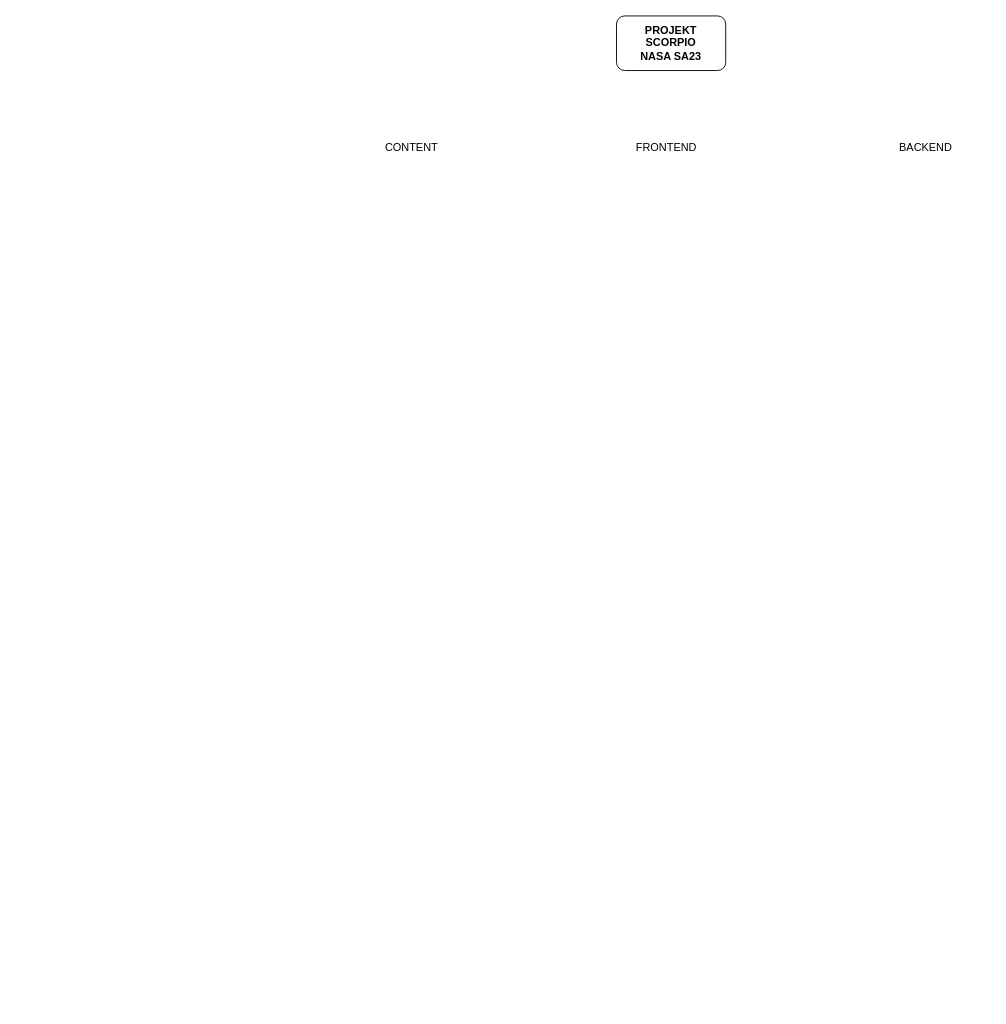
Before: NSA23.drawio in michal107/NasaSpaceAps23, a draw.io diagram. Source tidied: cells renumbered, new cells numbered last; positions are measured from the earlier drawing's top-left corner, leaving out a move shared by most shapes. Both pictures are drawn from the tidied source at 91%, with x=0, y=0 at pixel (384, 15).
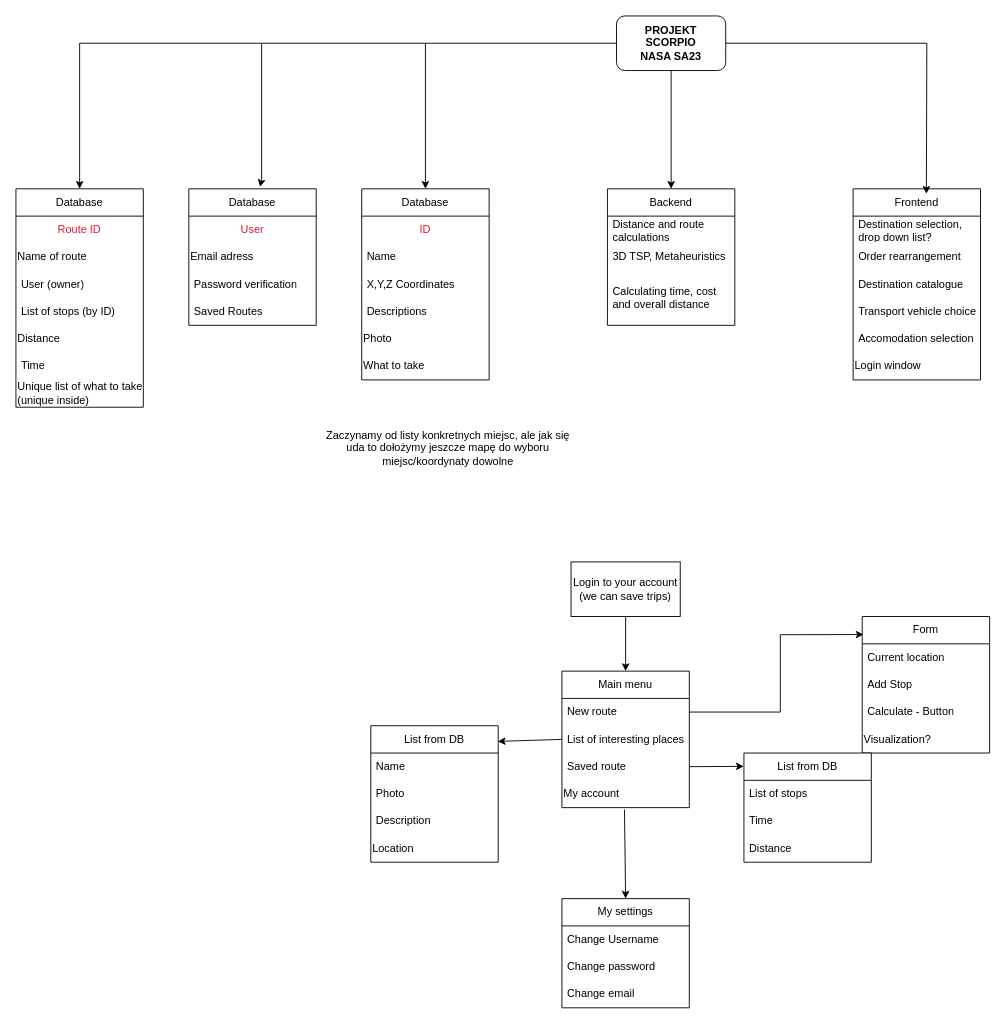
The same page after the edit.

Unchanged cells that the change refers to:
```xml
<mxCell id="2" value="PROJEKT&lt;br&gt;SCORPIO&lt;br&gt;NASA SA23" style="rounded=1;whiteSpace=wrap;html=1;fontStyle=1;" parent="1" vertex="1">
  <mxGeometry x="255" width="120" height="60" as="geometry" />
</mxCell>
```

Change to the diagram source:
```diff
@@
-    <mxCell id="3" value="FRONTEND" style="text;html=1;strokeColor=none;fillColor=none;align=center;verticalAlign=middle;whiteSpace=wrap;rounded=0;" parent="1" vertex="1">
-      <mxGeometry x="280" y="130" width="60" height="30" as="geometry" />
-    </mxCell>
-    <mxCell id="4" value="BACKEND" style="text;html=1;strokeColor=none;fillColor=none;align=center;verticalAlign=middle;whiteSpace=wrap;rounded=0;" parent="1" vertex="1">
-      <mxGeometry x="565" y="130" width="60" height="30" as="geometry" />
-    </mxCell>
-    <mxCell id="5" value="CONTENT" style="text;html=1;strokeColor=none;fillColor=none;align=center;verticalAlign=middle;whiteSpace=wrap;rounded=0;" parent="1" vertex="1">
-      <mxGeometry y="130" width="60" height="30" as="geometry" />
-    </mxCell>
+    <mxCell id="6" value="Database" style="swimlane;fontStyle=0;horizontal=1;startSize=30;whiteSpace=wrap;html=1;" parent="1" vertex="1">
+      <mxGeometry x="-25" y="190" width="140" height="210" as="geometry" />
+    </mxCell>
+    <mxCell id="7" value="&lt;font color=&quot;#e31937&quot;&gt;ID&lt;/font&gt;" style="text;html=1;strokeColor=none;fillColor=none;align=center;verticalAlign=middle;whiteSpace=wrap;rounded=0;" parent="6" vertex="1">
+      <mxGeometry y="30" width="140" height="30" as="geometry" />
+    </mxCell>
+    <mxCell id="8" value="Name" style="text;strokeColor=none;fillColor=none;align=left;verticalAlign=middle;spacingLeft=4;spacingRight=4;overflow=hidden;whiteSpace=wrap;html=1;" parent="6" vertex="1">
+      <mxGeometry y="60" width="140" height="30" as="geometry" />
+    </mxCell>
+    <mxCell id="9" value="&lt;div&gt;X,Y,Z Coordinates&lt;/div&gt;" style="text;strokeColor=none;fillColor=none;align=left;verticalAlign=middle;spacingLeft=4;spacingRight=4;overflow=hidden;whiteSpace=wrap;html=1;" parent="6" vertex="1">
+      <mxGeometry y="90" width="140" height="30" as="geometry" />
+    </mxCell>
+    <mxCell id="10" value="Descriptions" style="text;strokeColor=none;fillColor=none;align=left;verticalAlign=middle;spacingLeft=4;spacingRight=4;overflow=hidden;whiteSpace=wrap;html=1;" parent="6" vertex="1">
+      <mxGeometry y="120" width="140" height="30" as="geometry" />
+    </mxCell>
+    <mxCell id="11" value="Photo" style="text;html=1;strokeColor=none;fillColor=none;align=left;verticalAlign=middle;whiteSpace=wrap;rounded=0;" parent="6" vertex="1">
+      <mxGeometry y="150" width="140" height="30" as="geometry" />
+    </mxCell>
+    <mxCell id="12" value="What to take" style="text;html=1;strokeColor=none;fillColor=none;align=left;verticalAlign=middle;whiteSpace=wrap;rounded=0;" parent="6" vertex="1">
+      <mxGeometry y="180" width="140" height="30" as="geometry" />
+    </mxCell>
+    <mxCell id="13" value="Backend" style="swimlane;fontStyle=0;horizontal=1;startSize=30;whiteSpace=wrap;html=1;" parent="1" vertex="1">
+      <mxGeometry x="245" y="190" width="140" height="150" as="geometry" />
+    </mxCell>
+    <mxCell id="14" value="&lt;div&gt;Distance and route calculations&lt;/div&gt;" style="text;strokeColor=none;fillColor=none;align=left;verticalAlign=middle;spacingLeft=4;spacingRight=4;overflow=hidden;whiteSpace=wrap;html=1;" parent="13" vertex="1">
+      <mxGeometry y="30" width="140" height="30" as="geometry" />
+    </mxCell>
+    <mxCell id="15" value="3D TSP, Metaheuristics" style="text;strokeColor=none;fillColor=none;align=left;verticalAlign=middle;spacingLeft=4;spacingRight=4;overflow=hidden;whiteSpace=wrap;html=1;" parent="13" vertex="1">
+      <mxGeometry y="60" width="140" height="30" as="geometry" />
+    </mxCell>
+    <mxCell id="16" value="Calculating time, cost and overall distance" style="text;strokeColor=none;fillColor=none;align=left;verticalAlign=middle;spacingLeft=4;spacingRight=4;overflow=hidden;whiteSpace=wrap;html=1;" parent="13" vertex="1">
+      <mxGeometry y="90" width="140" height="60" as="geometry" />
+    </mxCell>
+    <mxCell id="17" value="Frontend" style="swimlane;fontStyle=0;horizontal=1;startSize=30;whiteSpace=wrap;html=1;" parent="1" vertex="1">
+      <mxGeometry x="515" y="190" width="140" height="210" as="geometry" />
+    </mxCell>
+    <mxCell id="18" value="Destination selection, drop down list?" style="text;strokeColor=none;fillColor=none;align=left;verticalAlign=middle;spacingLeft=4;spacingRight=4;overflow=hidden;whiteSpace=wrap;html=1;" parent="17" vertex="1">
+      <mxGeometry y="30" width="140" height="30" as="geometry" />
+    </mxCell>
+    <mxCell id="19" value="Order rearrangement" style="text;strokeColor=none;fillColor=none;align=left;verticalAlign=middle;spacingLeft=4;spacingRight=4;overflow=hidden;whiteSpace=wrap;html=1;" parent="17" vertex="1">
+      <mxGeometry y="60" width="140" height="30" as="geometry" />
+    </mxCell>
+    <mxCell id="20" value="Destination catalogue" style="text;strokeColor=none;fillColor=none;align=left;verticalAlign=middle;spacingLeft=4;spacingRight=4;overflow=hidden;whiteSpace=wrap;html=1;" parent="17" vertex="1">
+      <mxGeometry y="90" width="140" height="30" as="geometry" />
+    </mxCell>
+    <mxCell id="21" value="&lt;div&gt;Transport vehicle choice&lt;/div&gt;" style="text;strokeColor=none;fillColor=none;align=left;verticalAlign=middle;spacingLeft=4;spacingRight=4;overflow=hidden;whiteSpace=wrap;html=1;" parent="17" vertex="1">
+      <mxGeometry y="120" width="140" height="30" as="geometry" />
+    </mxCell>
+    <mxCell id="22" value="Accomodation selection" style="text;strokeColor=none;fillColor=none;align=left;verticalAlign=middle;spacingLeft=4;spacingRight=4;overflow=hidden;whiteSpace=wrap;html=1;" parent="17" vertex="1">
+      <mxGeometry y="150" width="140" height="30" as="geometry" />
+    </mxCell>
+    <mxCell id="23" value="Login window" style="text;html=1;strokeColor=none;fillColor=none;align=left;verticalAlign=middle;whiteSpace=wrap;rounded=0;" parent="17" vertex="1">
+      <mxGeometry y="180" width="140" height="30" as="geometry" />
+    </mxCell>
+    <mxCell id="24" style="endArrow=classic;html=1;rounded=0;exitX=0.5;exitY=1;exitDx=0;exitDy=0;" parent="1" edge="1" source="2">
+      <mxGeometry relative="1" as="geometry">
+        <mxPoint x="315" y="190" as="targetPoint" />
+      </mxGeometry>
+    </mxCell>
+    <mxCell id="25" style="endArrow=classic;html=1;rounded=0;exitX=0;exitY=0.5;exitDx=0;exitDy=0;entryX=0.5;entryY=0;entryDx=0;entryDy=0;" parent="1" edge="1" source="2" target="6">
+      <mxGeometry relative="1" as="geometry">
+        <Array as="points">
+          <mxPoint x="45" y="30" />
+        </Array>
+      </mxGeometry>
+    </mxCell>
+    <mxCell id="26" style="endArrow=classic;html=1;rounded=0;exitX=1;exitY=0.5;exitDx=0;exitDy=0;entryX=0.575;entryY=0.026;entryDx=0;entryDy=0;entryPerimeter=0;" parent="1" edge="1" source="2" target="17">
+      <mxGeometry relative="1" as="geometry">
+        <Array as="points">
+          <mxPoint x="596" y="30" />
+        </Array>
+      </mxGeometry>
+    </mxCell>
+    <mxCell id="27" value="Zaczynamy od listy konkretnych miejsc, ale jak się uda to dołożymy jeszcze mapę do wyboru miejsc/koordynaty dowolne" style="text;html=1;strokeColor=none;fillColor=none;align=center;verticalAlign=middle;whiteSpace=wrap;rounded=0;" parent="1" vertex="1">
+      <mxGeometry x="-65" y="410" width="270" height="130" as="geometry" />
+    </mxCell>
+    <mxCell id="28" style="edgeStyle=orthogonalEdgeStyle;rounded=0;jettySize=auto;html=1;entryX=0.5;entryY=0;entryDx=0;entryDy=0;" parent="1" edge="1" source="29" target="30">
+      <mxGeometry relative="1" as="geometry" />
+    </mxCell>
+    <mxCell id="29" value="Login to your account (we can save trips)" style="rounded=0;whiteSpace=wrap;html=1;" parent="1" vertex="1">
+      <mxGeometry x="205" y="600" width="120" height="60" as="geometry" />
+    </mxCell>
+    <mxCell id="30" value="Main menu" style="swimlane;fontStyle=0;horizontal=1;startSize=30;whiteSpace=wrap;html=1;" parent="1" vertex="1">
+      <mxGeometry x="195" y="720" width="140" height="150" as="geometry" />
+    </mxCell>
+    <mxCell id="31" value="New route" style="text;strokeColor=none;fillColor=none;align=left;verticalAlign=middle;spacingLeft=4;spacingRight=4;overflow=hidden;points=[[0,0.5],[1,0.5]];portConstraint=eastwest;whiteSpace=wrap;html=1;" parent="30" vertex="1">
+      <mxGeometry y="30" width="140" height="30" as="geometry" />
+    </mxCell>
+    <mxCell id="32" value="List of interesting places" style="text;strokeColor=none;fillColor=none;align=left;verticalAlign=middle;spacingLeft=4;spacingRight=4;overflow=hidden;points=[[0,0.5],[1,0.5]];portConstraint=eastwest;whiteSpace=wrap;html=1;" parent="30" vertex="1">
+      <mxGeometry y="60" width="140" height="30" as="geometry" />
+    </mxCell>
+    <mxCell id="33" value="Saved route" style="text;strokeColor=none;fillColor=none;align=left;verticalAlign=middle;spacingLeft=4;spacingRight=4;overflow=hidden;points=[[0,0.5],[1,0.5]];portConstraint=eastwest;whiteSpace=wrap;html=1;" parent="30" vertex="1">
+      <mxGeometry y="90" width="140" height="30" as="geometry" />
+    </mxCell>
+    <mxCell id="34" value="My account" style="text;html=1;align=left;verticalAlign=middle;points=[];strokeColor=none;fillColor=none;" parent="30" vertex="1">
+      <mxGeometry y="120" width="140" height="30" as="geometry" />
+    </mxCell>
+    <mxCell id="35" style="endArrow=classic;html=1;rounded=0;exitX=1;exitY=0.5;exitDx=0;exitDy=0;entryX=0.011;entryY=0.132;entryDx=0;entryDy=0;entryPerimeter=0;" parent="1" edge="1" source="31" target="42">
+      <mxGeometry relative="1" as="geometry">
+        <Array as="points">
+          <mxPoint x="435" y="765" />
+          <mxPoint x="435" y="680" />
+        </Array>
+      </mxGeometry>
+    </mxCell>
+    <mxCell id="36" style="endArrow=classic;html=1;rounded=0;exitX=0;exitY=0.5;exitDx=0;exitDy=0;entryX=0.996;entryY=0.115;entryDx=0;entryDy=0;entryPerimeter=0;" parent="1" edge="1" source="32" target="37">
+      <mxGeometry relative="1" as="geometry" />
+    </mxCell>
+    <mxCell id="37" value="List from DB" style="swimlane;fontStyle=0;horizontal=1;startSize=30;whiteSpace=wrap;html=1;" parent="1" vertex="1">
+      <mxGeometry x="-15" y="780" width="140" height="150" as="geometry" />
+    </mxCell>
+    <mxCell id="38" value="Name" style="text;strokeColor=none;fillColor=none;align=left;verticalAlign=middle;spacingLeft=4;spacingRight=4;overflow=hidden;whiteSpace=wrap;html=1;" parent="37" vertex="1">
+      <mxGeometry y="30" width="140" height="30" as="geometry" />
+    </mxCell>
+    <mxCell id="39" value="Photo" style="text;strokeColor=none;fillColor=none;align=left;verticalAlign=middle;spacingLeft=4;spacingRight=4;overflow=hidden;whiteSpace=wrap;html=1;" parent="37" vertex="1">
+      <mxGeometry y="60" width="140" height="30" as="geometry" />
+    </mxCell>
+    <mxCell id="40" value="Description" style="text;strokeColor=none;fillColor=none;align=left;verticalAlign=middle;spacingLeft=4;spacingRight=4;overflow=hidden;whiteSpace=wrap;html=1;" parent="37" vertex="1">
+      <mxGeometry y="90" width="140" height="30" as="geometry" />
+    </mxCell>
+    <mxCell id="41" value="Location" style="text;html=1;strokeColor=none;fillColor=none;align=left;verticalAlign=middle;whiteSpace=wrap;rounded=0;" parent="37" vertex="1">
+      <mxGeometry y="120" width="140" height="30" as="geometry" />
+    </mxCell>
+    <mxCell id="42" value="Form" style="swimlane;fontStyle=0;horizontal=1;startSize=30;whiteSpace=wrap;html=1;" parent="1" vertex="1">
+      <mxGeometry x="525" y="660" width="140" height="150" as="geometry" />
+    </mxCell>
+    <mxCell id="43" value="Current location" style="text;strokeColor=none;fillColor=none;align=left;verticalAlign=middle;spacingLeft=4;spacingRight=4;overflow=hidden;whiteSpace=wrap;html=1;" parent="42" vertex="1">
+      <mxGeometry y="30" width="140" height="30" as="geometry" />
+    </mxCell>
+    <mxCell id="44" value="Add Stop" style="text;strokeColor=none;fillColor=none;align=left;verticalAlign=middle;spacingLeft=4;spacingRight=4;overflow=hidden;whiteSpace=wrap;html=1;" parent="42" vertex="1">
+      <mxGeometry y="60" width="140" height="30" as="geometry" />
+    </mxCell>
+    <mxCell id="45" value="Calculate - Button" style="text;strokeColor=none;fillColor=none;align=left;verticalAlign=middle;spacingLeft=4;spacingRight=4;overflow=hidden;whiteSpace=wrap;html=1;" parent="42" vertex="1">
+      <mxGeometry y="90" width="140" height="30" as="geometry" />
+    </mxCell>
+    <mxCell id="46" value="Visualization?" style="text;html=1;strokeColor=none;fillColor=none;align=left;verticalAlign=middle;whiteSpace=wrap;rounded=0;" parent="42" vertex="1">
+      <mxGeometry y="120" width="140" height="30" as="geometry" />
+    </mxCell>
+    <mxCell id="47" value="Database" style="swimlane;fontStyle=0;horizontal=1;startSize=30;whiteSpace=wrap;html=1;" parent="1" vertex="1">
+      <mxGeometry x="-215" y="190" width="140" height="150" as="geometry" />
+    </mxCell>
+    <mxCell id="48" value="&lt;font color=&quot;#e31937&quot;&gt;User&lt;/font&gt;" style="text;strokeColor=none;fillColor=none;align=center;verticalAlign=middle;spacingLeft=4;spacingRight=4;overflow=hidden;whiteSpace=wrap;html=1;" parent="47" vertex="1">
+      <mxGeometry y="30" width="140" height="30" as="geometry" />
+    </mxCell>
+    <mxCell id="49" value="Email adress" style="text;html=1;strokeColor=none;fillColor=none;align=left;verticalAlign=middle;whiteSpace=wrap;rounded=0;" parent="47" vertex="1">
+      <mxGeometry y="60" width="140" height="30" as="geometry" />
+    </mxCell>
+    <mxCell id="50" value="Password verification" style="text;strokeColor=none;fillColor=none;align=left;verticalAlign=middle;spacingLeft=4;spacingRight=4;overflow=hidden;whiteSpace=wrap;html=1;" parent="47" vertex="1">
+      <mxGeometry y="90" width="140" height="30" as="geometry" />
+    </mxCell>
+    <mxCell id="51" value="Saved Routes" style="text;strokeColor=none;fillColor=none;align=left;verticalAlign=middle;spacingLeft=4;spacingRight=4;overflow=hidden;whiteSpace=wrap;html=1;" parent="47" vertex="1">
+      <mxGeometry y="120" width="140" height="30" as="geometry" />
+    </mxCell>
+    <mxCell id="52" style="endArrow=classic;html=1;rounded=0;entryX=0.559;entryY=-0.013;entryDx=0;entryDy=0;entryPerimeter=0;" parent="1" edge="1" target="47">
+      <mxGeometry relative="1" as="geometry">
+        <mxPoint x="45" y="30" as="sourcePoint" />
+        <Array as="points">
+          <mxPoint x="-135" y="30" />
+          <mxPoint x="-135" y="180" />
+        </Array>
+      </mxGeometry>
+    </mxCell>
+    <mxCell id="53" style="endArrow=classic;html=1;rounded=0;exitX=1;exitY=0.5;exitDx=0;exitDy=0;entryX=-0.001;entryY=0.122;entryDx=0;entryDy=0;entryPerimeter=0;" parent="1" edge="1" source="33" target="54">
+      <mxGeometry relative="1" as="geometry" />
+    </mxCell>
+    <mxCell id="54" value="List from DB" style="swimlane;fontStyle=0;horizontal=1;startSize=30;whiteSpace=wrap;html=1;" parent="1" vertex="1">
+      <mxGeometry x="395" y="810" width="140" height="120" as="geometry" />
+    </mxCell>
+    <mxCell id="55" value="List of stops" style="text;strokeColor=none;fillColor=none;align=left;verticalAlign=middle;spacingLeft=4;spacingRight=4;overflow=hidden;whiteSpace=wrap;html=1;" parent="54" vertex="1">
+      <mxGeometry y="30" width="140" height="30" as="geometry" />
+    </mxCell>
+    <mxCell id="56" value="Time" style="text;strokeColor=none;fillColor=none;align=left;verticalAlign=middle;spacingLeft=4;spacingRight=4;overflow=hidden;whiteSpace=wrap;html=1;" parent="54" vertex="1">
+      <mxGeometry y="60" width="140" height="30" as="geometry" />
+    </mxCell>
+    <mxCell id="57" value="Distance" style="text;strokeColor=none;fillColor=none;align=left;verticalAlign=middle;spacingLeft=4;spacingRight=4;overflow=hidden;whiteSpace=wrap;html=1;" parent="54" vertex="1">
+      <mxGeometry y="90" width="140" height="30" as="geometry" />
+    </mxCell>
+    <mxCell id="58" style="endArrow=classic;html=1;rounded=0;exitX=0.491;exitY=1.069;exitDx=0;exitDy=0;exitPerimeter=0;entryX=0.5;entryY=0;entryDx=0;entryDy=0;" parent="1" edge="1" source="34" target="59">
+      <mxGeometry relative="1" as="geometry" />
+    </mxCell>
+    <mxCell id="59" value="My settings" style="swimlane;fontStyle=0;horizontal=1;startSize=30;whiteSpace=wrap;html=1;" parent="1" vertex="1">
+      <mxGeometry x="195" y="970" width="140" height="120" as="geometry" />
+    </mxCell>
+    <mxCell id="60" value="Change Username" style="text;strokeColor=none;fillColor=none;align=left;verticalAlign=middle;spacingLeft=4;spacingRight=4;overflow=hidden;whiteSpace=wrap;html=1;" parent="59" vertex="1">
+      <mxGeometry y="30" width="140" height="30" as="geometry" />
+    </mxCell>
+    <mxCell id="61" value="Change password" style="text;strokeColor=none;fillColor=none;align=left;verticalAlign=middle;spacingLeft=4;spacingRight=4;overflow=hidden;whiteSpace=wrap;html=1;" parent="59" vertex="1">
+      <mxGeometry y="60" width="140" height="30" as="geometry" />
+    </mxCell>
+    <mxCell id="62" value="Change email" style="text;strokeColor=none;fillColor=none;align=left;verticalAlign=middle;spacingLeft=4;spacingRight=4;overflow=hidden;whiteSpace=wrap;html=1;" parent="59" vertex="1">
+      <mxGeometry y="90" width="140" height="30" as="geometry" />
+    </mxCell>
+    <mxCell id="63" value="Database" style="swimlane;fontStyle=0;horizontal=1;startSize=30;whiteSpace=wrap;html=1;" parent="1" vertex="1">
+      <mxGeometry x="-405" y="190" width="140" height="240" as="geometry" />
+    </mxCell>
+    <mxCell id="64" value="&lt;font color=&quot;#e31937&quot;&gt;Route ID&lt;/font&gt;" style="text;html=1;strokeColor=none;fillColor=none;align=center;verticalAlign=middle;whiteSpace=wrap;rounded=0;" parent="63" vertex="1">
+      <mxGeometry y="30" width="140" height="30" as="geometry" />
+    </mxCell>
+    <mxCell id="65" value="Name of route" style="text;html=1;strokeColor=none;fillColor=none;align=left;verticalAlign=middle;whiteSpace=wrap;rounded=0;" parent="63" vertex="1">
+      <mxGeometry y="60" width="140" height="30" as="geometry" />
+    </mxCell>
+    <mxCell id="66" value="User (owner)" style="text;strokeColor=none;fillColor=none;align=left;verticalAlign=middle;spacingLeft=4;spacingRight=4;overflow=hidden;whiteSpace=wrap;html=1;" parent="63" vertex="1">
+      <mxGeometry y="90" width="140" height="30" as="geometry" />
+    </mxCell>
+    <mxCell id="67" value="List of stops (by ID)" style="text;strokeColor=none;fillColor=none;align=left;verticalAlign=middle;spacingLeft=4;spacingRight=4;overflow=hidden;whiteSpace=wrap;html=1;" parent="63" vertex="1">
+      <mxGeometry y="120" width="140" height="30" as="geometry" />
+    </mxCell>
+    <mxCell id="68" value="Distance" style="text;html=1;strokeColor=none;fillColor=none;align=left;verticalAlign=middle;whiteSpace=wrap;rounded=0;" parent="63" vertex="1">
+      <mxGeometry y="150" width="140" height="30" as="geometry" />
+    </mxCell>
+    <mxCell id="69" value="Time" style="text;strokeColor=none;fillColor=none;align=left;verticalAlign=middle;spacingLeft=4;spacingRight=4;overflow=hidden;whiteSpace=wrap;html=1;" parent="63" vertex="1">
+      <mxGeometry y="180" width="140" height="30" as="geometry" />
+    </mxCell>
+    <mxCell id="70" value="Unique list of what to take (unique inside)" style="text;html=1;strokeColor=none;fillColor=none;align=left;verticalAlign=middle;whiteSpace=wrap;rounded=0;" parent="63" vertex="1">
+      <mxGeometry y="210" width="140" height="30" as="geometry" />
+    </mxCell>
+    <mxCell id="71" style="endArrow=classic;html=1;rounded=0;entryX=0.5;entryY=0;entryDx=0;entryDy=0;" parent="1" edge="1" target="63">
+      <mxGeometry relative="1" as="geometry">
+        <mxPoint x="-135" y="30" as="sourcePoint" />
+        <Array as="points">
+          <mxPoint x="-335" y="30" />
+        </Array>
+      </mxGeometry>
+    </mxCell>
```
